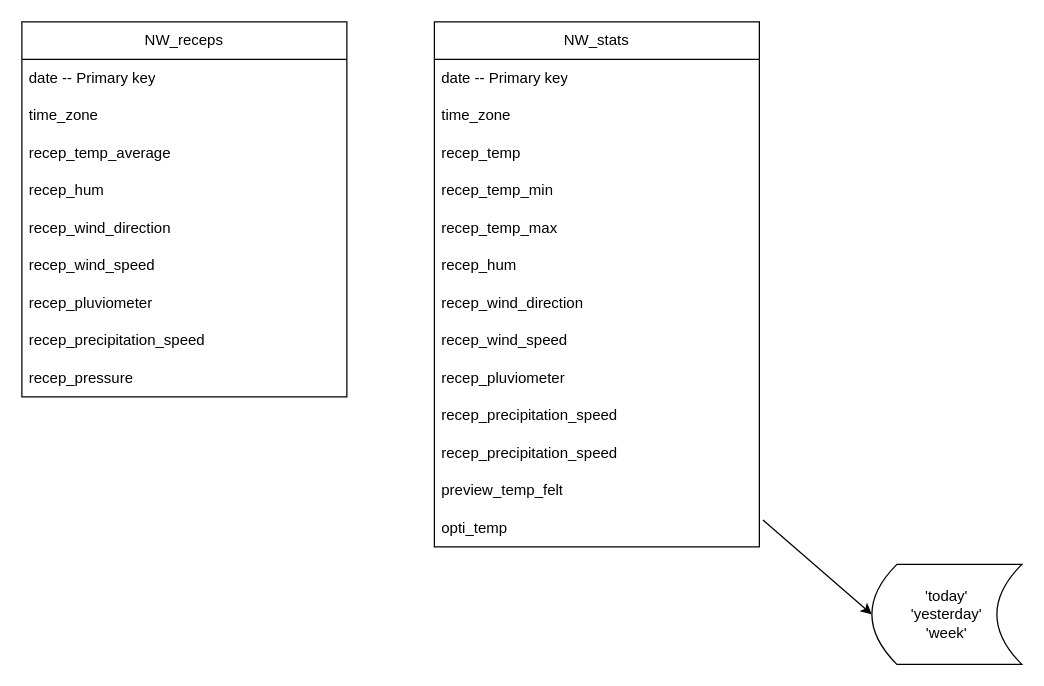
Before: NikaWeather/src/schema/v4MLD.drawio in Mathuww/Nika-Weather, a draw.io diagram. Source tidied: cells renumbered, new cells numbered last; positions are measured from the earlier drawing's top-left corner, leaving out a move shared by most shapes. Both pictures are drawn from the tidied source at 125%, with x=0, y=0 at pixel (21, 21).
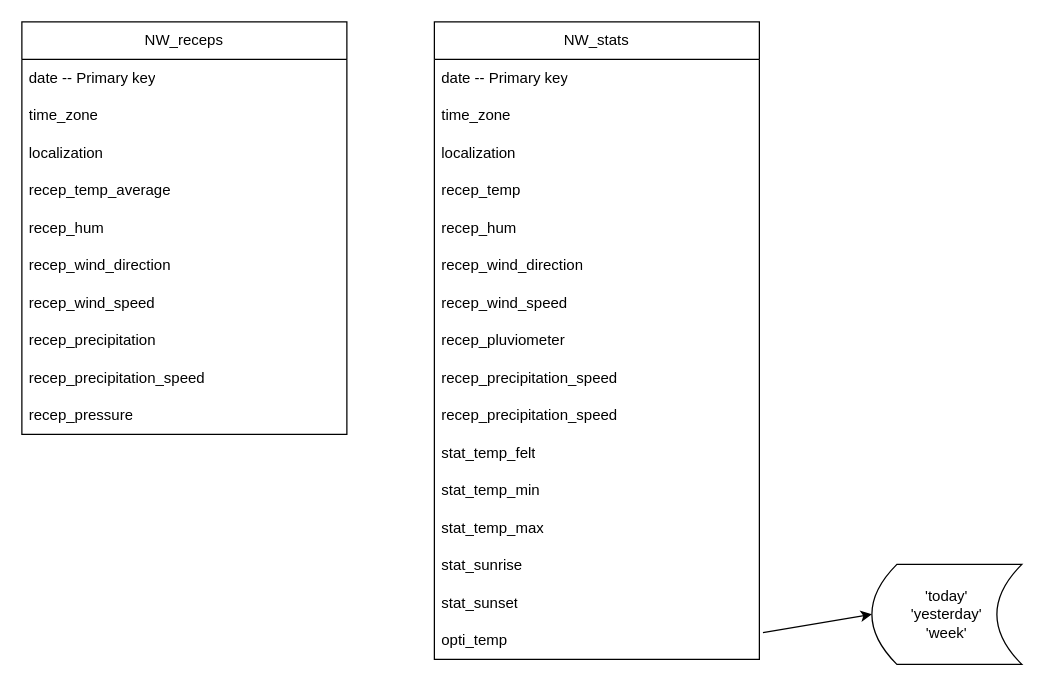
Above is the later version.

The edit, as a diff of the source:
```diff
@@
     <mxCell id="2" value="NW_stats" style="swimlane;fontStyle=0;horizontal=1;startSize=30;whiteSpace=wrap;html=1;" parent="1" vertex="1">
-      <mxGeometry x="330" width="260" height="420" as="geometry" />
+      <mxGeometry x="330" width="260" height="510" as="geometry" />
     </mxCell>
@@
+    <mxCell id="28" value="localization" style="text;strokeColor=none;fillColor=none;align=left;verticalAlign=middle;spacingLeft=4;spacingRight=4;overflow=hidden;whiteSpace=wrap;html=1;" parent="2" vertex="1">
+      <mxGeometry y="90" width="260" height="30" as="geometry" />
+    </mxCell>
     <mxCell id="5" value="recep_temp" style="text;strokeColor=none;fillColor=none;align=left;verticalAlign=middle;spacingLeft=4;spacingRight=4;overflow=hidden;whiteSpace=wrap;html=1;" parent="2" vertex="1">
-      <mxGeometry y="90" width="260" height="30" as="geometry" />
+      <mxGeometry y="120" width="260" height="30" as="geometry" />
     </mxCell>
-    <mxCell id="6" value="recep_temp_min" style="text;strokeColor=none;fillColor=none;align=left;verticalAlign=middle;spacingLeft=4;spacingRight=4;overflow=hidden;whiteSpace=wrap;html=1;" parent="2" vertex="1">
-      <mxGeometry y="120" width="260" height="30" as="geometry" />
-    </mxCell>
-    <mxCell id="7" value="recep_temp_max" style="text;strokeColor=none;fillColor=none;align=left;verticalAlign=middle;spacingLeft=4;spacingRight=4;overflow=hidden;whiteSpace=wrap;html=1;" parent="2" vertex="1">
-      <mxGeometry y="150" width="260" height="30" as="geometry" />
-    </mxCell>
     <mxCell id="8" value="recep_hum" style="text;strokeColor=none;fillColor=none;align=left;verticalAlign=middle;spacingLeft=4;spacingRight=4;overflow=hidden;whiteSpace=wrap;html=1;" parent="2" vertex="1">
-      <mxGeometry y="180" width="260" height="30" as="geometry" />
+      <mxGeometry y="150" width="260" height="30" as="geometry" />
     </mxCell>
     <mxCell id="9" value="recep_wind_direction" style="text;strokeColor=none;fillColor=none;align=left;verticalAlign=middle;spacingLeft=4;spacingRight=4;overflow=hidden;whiteSpace=wrap;html=1;" parent="2" vertex="1">
-      <mxGeometry y="210" width="260" height="30" as="geometry" />
+      <mxGeometry y="180" width="260" height="30" as="geometry" />
     </mxCell>
     <mxCell id="10" value="recep_wind_speed" style="text;strokeColor=none;fillColor=none;align=left;verticalAlign=middle;spacingLeft=4;spacingRight=4;overflow=hidden;whiteSpace=wrap;html=1;" parent="2" vertex="1">
-      <mxGeometry y="240" width="260" height="30" as="geometry" />
+      <mxGeometry y="210" width="260" height="30" as="geometry" />
     </mxCell>
     <mxCell id="11" value="recep_pluviometer" style="text;strokeColor=none;fillColor=none;align=left;verticalAlign=middle;spacingLeft=4;spacingRight=4;overflow=hidden;whiteSpace=wrap;html=1;" parent="2" vertex="1">
-      <mxGeometry y="270" width="260" height="30" as="geometry" />
+      <mxGeometry y="240" width="260" height="30" as="geometry" />
     </mxCell>
     <mxCell id="12" value="recep_precipitation_speed" style="text;strokeColor=none;fillColor=none;align=left;verticalAlign=middle;spacingLeft=4;spacingRight=4;overflow=hidden;whiteSpace=wrap;html=1;" parent="2" vertex="1">
-      <mxGeometry y="300" width="260" height="30" as="geometry" />
+      <mxGeometry y="270" width="260" height="30" as="geometry" />
     </mxCell>
     <mxCell id="13" value="recep_precipitation_speed" style="text;strokeColor=none;fillColor=none;align=left;verticalAlign=middle;spacingLeft=4;spacingRight=4;overflow=hidden;whiteSpace=wrap;html=1;" parent="2" vertex="1">
-      <mxGeometry y="330" width="260" height="30" as="geometry" />
+      <mxGeometry y="300" width="260" height="30" as="geometry" />
     </mxCell>
-    <mxCell id="14" value="preview_temp_felt" style="text;strokeColor=none;fillColor=none;align=left;verticalAlign=middle;spacingLeft=4;spacingRight=4;overflow=hidden;whiteSpace=wrap;html=1;" parent="2" vertex="1">
-      <mxGeometry y="360" width="260" height="30" as="geometry" />
+    <mxCell id="14" value="stat_temp_felt" style="text;strokeColor=none;fillColor=none;align=left;verticalAlign=middle;spacingLeft=4;spacingRight=4;overflow=hidden;whiteSpace=wrap;html=1;" parent="2" vertex="1">
+      <mxGeometry y="330" width="260" height="30" as="geometry" />
     </mxCell>
+    <mxCell id="6" value="stat_temp_min" style="text;strokeColor=none;fillColor=none;align=left;verticalAlign=middle;spacingLeft=4;spacingRight=4;overflow=hidden;whiteSpace=wrap;html=1;" parent="2" vertex="1">
+      <mxGeometry y="360" width="260" height="30" as="geometry" />
+    </mxCell>
+    <mxCell id="7" value="stat_temp_max" style="text;strokeColor=none;fillColor=none;align=left;verticalAlign=middle;spacingLeft=4;spacingRight=4;overflow=hidden;whiteSpace=wrap;html=1;" parent="2" vertex="1">
+      <mxGeometry y="390" width="260" height="30" as="geometry" />
+    </mxCell>
+    <mxCell id="29" value="stat_sunrise" style="text;strokeColor=none;fillColor=none;align=left;verticalAlign=middle;spacingLeft=4;spacingRight=4;overflow=hidden;whiteSpace=wrap;html=1;" parent="2" vertex="1">
+      <mxGeometry y="420" width="260" height="30" as="geometry" />
+    </mxCell>
+    <mxCell id="30" value="stat_sunset" style="text;strokeColor=none;fillColor=none;align=left;verticalAlign=middle;spacingLeft=4;spacingRight=4;overflow=hidden;whiteSpace=wrap;html=1;" parent="2" vertex="1">
+      <mxGeometry y="450" width="260" height="30" as="geometry" />
+    </mxCell>
     <mxCell id="15" value="opti_temp" style="text;strokeColor=none;fillColor=none;align=left;verticalAlign=middle;spacingLeft=4;spacingRight=4;overflow=hidden;points=[[0,0.5],[1,0.5]];portConstraint=eastwest;whiteSpace=wrap;html=1;" parent="2" vertex="1">
-      <mxGeometry y="390" width="260" height="30" as="geometry" />
+      <mxGeometry y="480" width="260" height="30" as="geometry" />
     </mxCell>
     <mxCell id="16" value="NW_receps" style="swimlane;fontStyle=0;horizontal=1;startSize=30;whiteSpace=wrap;html=1;" parent="1" vertex="1">
-      <mxGeometry width="260" height="300" as="geometry" />
+      <mxGeometry width="260" height="330" as="geometry" />
     </mxCell>
@@
+    <mxCell id="31" value="localization" style="text;strokeColor=none;fillColor=none;align=left;verticalAlign=middle;spacingLeft=4;spacingRight=4;overflow=hidden;whiteSpace=wrap;html=1;" parent="16" vertex="1">
+      <mxGeometry y="90" width="260" height="30" as="geometry" />
+    </mxCell>
     <mxCell id="19" value="recep_temp_average" style="text;strokeColor=none;fillColor=none;align=left;verticalAlign=middle;spacingLeft=4;spacingRight=4;overflow=hidden;whiteSpace=wrap;html=1;" parent="16" vertex="1">
-      <mxGeometry y="90" width="260" height="30" as="geometry" />
+      <mxGeometry y="120" width="260" height="30" as="geometry" />
     </mxCell>
     <mxCell id="20" value="recep_hum" style="text;strokeColor=none;fillColor=none;align=left;verticalAlign=middle;spacingLeft=4;spacingRight=4;overflow=hidden;whiteSpace=wrap;html=1;" parent="16" vertex="1">
-      <mxGeometry y="120" width="260" height="30" as="geometry" />
+      <mxGeometry y="150" width="260" height="30" as="geometry" />
     </mxCell>
     <mxCell id="21" value="recep_wind_direction" style="text;strokeColor=none;fillColor=none;align=left;verticalAlign=middle;spacingLeft=4;spacingRight=4;overflow=hidden;whiteSpace=wrap;html=1;" parent="16" vertex="1">
-      <mxGeometry y="150" width="260" height="30" as="geometry" />
+      <mxGeometry y="180" width="260" height="30" as="geometry" />
     </mxCell>
     <mxCell id="22" value="recep_wind_speed" style="text;strokeColor=none;fillColor=none;align=left;verticalAlign=middle;spacingLeft=4;spacingRight=4;overflow=hidden;whiteSpace=wrap;html=1;" parent="16" vertex="1">
-      <mxGeometry y="180" width="260" height="30" as="geometry" />
+      <mxGeometry y="210" width="260" height="30" as="geometry" />
     </mxCell>
-    <mxCell id="23" value="recep_pluviometer" style="text;strokeColor=none;fillColor=none;align=left;verticalAlign=middle;spacingLeft=4;spacingRight=4;overflow=hidden;whiteSpace=wrap;html=1;" parent="16" vertex="1">
-      <mxGeometry y="210" width="260" height="30" as="geometry" />
+    <mxCell id="23" value="recep_precipitation" style="text;strokeColor=none;fillColor=none;align=left;verticalAlign=middle;spacingLeft=4;spacingRight=4;overflow=hidden;whiteSpace=wrap;html=1;" parent="16" vertex="1">
+      <mxGeometry y="240" width="260" height="30" as="geometry" />
     </mxCell>
     <mxCell id="24" value="recep_precipitation_speed" style="text;strokeColor=none;fillColor=none;align=left;verticalAlign=middle;spacingLeft=4;spacingRight=4;overflow=hidden;whiteSpace=wrap;html=1;" parent="16" vertex="1">
-      <mxGeometry y="240" width="260" height="30" as="geometry" />
+      <mxGeometry y="270" width="260" height="30" as="geometry" />
     </mxCell>
     <mxCell id="25" value="recep_pressure" style="text;strokeColor=none;fillColor=none;align=left;verticalAlign=middle;spacingLeft=4;spacingRight=4;overflow=hidden;whiteSpace=wrap;html=1;" parent="16" vertex="1">
-      <mxGeometry y="270" width="260" height="30" as="geometry" />
+      <mxGeometry y="300" width="260" height="30" as="geometry" />
     </mxCell>
```
